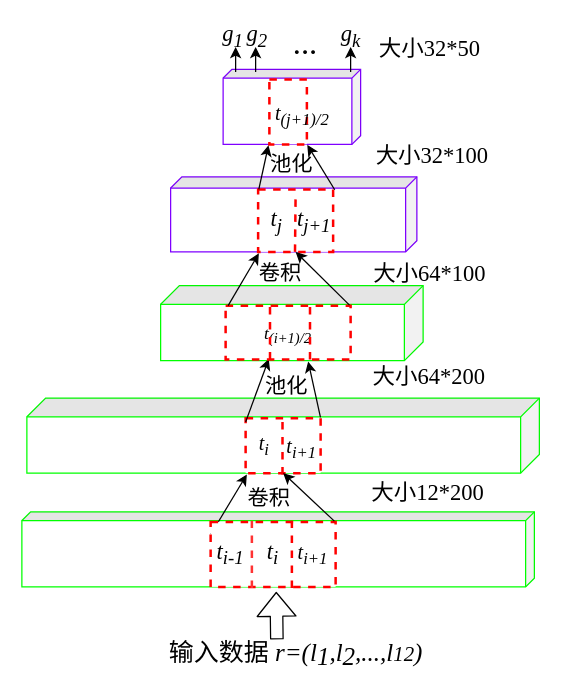
Before: 一维卷积.drawio in ByronGe/ff, a draw.io diagram. Source tidied: cells renumbered, new cells numbered last; positions are measured from the earlier drawing's top-left corner, leaving out a move shared by most shapes. Both pictures are drawn from the tidied source at 125%, with x=0, y=0 at pixel (21, 24).
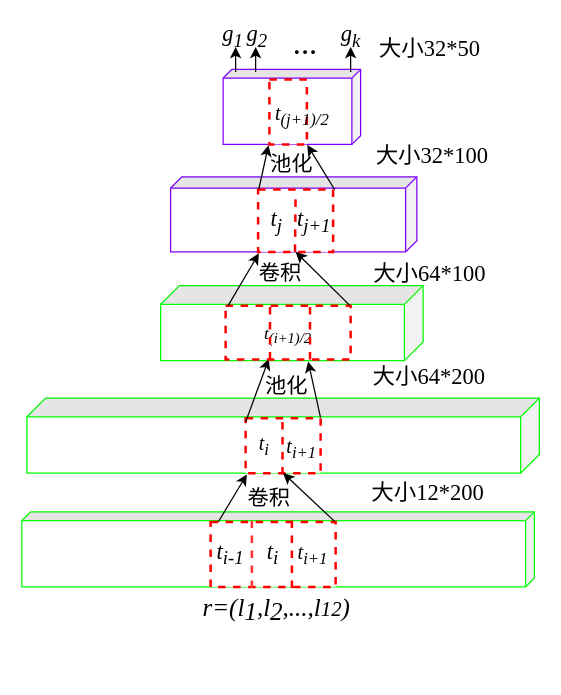
The same diagram, later.

What changed in the source:
```diff
@@
-    <mxCell id="14" value="&lt;font&gt;&lt;font&gt;&lt;span style=&quot;font-size: 20px&quot;&gt;输入数据&lt;/span&gt;&lt;i&gt;&lt;span style=&quot;font-size: 20px&quot;&gt; r=(l&lt;/span&gt;&lt;sub style=&quot;font-size: 20px&quot;&gt;1&lt;/sub&gt;&lt;span style=&quot;font-size: 20px&quot;&gt;,l&lt;/span&gt;&lt;sub style=&quot;font-size: 20px&quot;&gt;2&lt;/sub&gt;&lt;span style=&quot;font-size: 20px&quot;&gt;,...,l&lt;/span&gt;&lt;span style=&quot;font-size: 16.6667px&quot;&gt;12&lt;/span&gt;&lt;/i&gt;&lt;/font&gt;&lt;i style=&quot;font-size: 20px&quot;&gt;)&lt;/i&gt;&lt;/font&gt;" style="text;html=1;strokeColor=none;fillColor=none;align=center;verticalAlign=middle;whiteSpace=wrap;rounded=0;dashed=1;fontFamily=Times New Roman;" parent="1" vertex="1">
-      <mxGeometry x="49.5" y="488" width="339" height="31" as="geometry" />
+    <mxCell id="14" value="&lt;font&gt;&lt;font&gt;&lt;i&gt;&lt;span style=&quot;font-size: 20px&quot;&gt;&amp;nbsp;r=(l&lt;/span&gt;&lt;sub style=&quot;font-size: 20px&quot;&gt;1&lt;/sub&gt;&lt;span style=&quot;font-size: 20px&quot;&gt;,l&lt;/span&gt;&lt;sub style=&quot;font-size: 20px&quot;&gt;2&lt;/sub&gt;&lt;span style=&quot;font-size: 20px&quot;&gt;,...,l&lt;/span&gt;&lt;span style=&quot;font-size: 16.6667px&quot;&gt;12&lt;/span&gt;&lt;/i&gt;&lt;/font&gt;&lt;i style=&quot;font-size: 20px&quot;&gt;)&lt;/i&gt;&lt;/font&gt;" style="text;html=1;strokeColor=none;fillColor=none;align=center;verticalAlign=middle;whiteSpace=wrap;rounded=0;dashed=1;fontFamily=Times New Roman;" parent="1" vertex="1">
+      <mxGeometry x="106.5" y="452" width="189" height="31" as="geometry" />
     </mxCell>
@@
-    <mxCell id="36" style="shape=flexArrow;endArrow=classic;html=1;strokeColor=#000000;strokeWidth=1;fillColor=#ffffff;fontFamily=Times New Roman;fontSize=18;" parent="1" edge="1">
-      <mxGeometry relative="1" as="geometry">
-        <mxPoint x="204" y="492" as="sourcePoint" />
-        <mxPoint x="203.5" y="454" as="targetPoint" />
-      </mxGeometry>
-    </mxCell>
```
